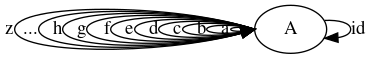
Above: _371d.png in madjestic/Category_Theory_For_Programmers_Challenges (Graphviz), before the change. Its source is kept beside it as _371d.dot.
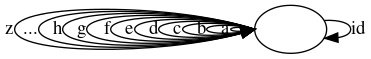
After the change.

The edit, as a diff of the source:
```diff
@@ -1,14 +1,14 @@
 digraph G
 {
-	A -> A [label = "id"]
-	A:w -> A:w [label = "a"]
-	A:w -> A:w [label = "b"]
-	A:w -> A:w [label = "c"]
-	A:w -> A:w [label = "d"]
-	A:w -> A:w [label = "e"]
-	A:w -> A:w [label = "f"]
-	A:w -> A:w [label = "g"]
-	A:w -> A:w [label = "h"]
-	A:w -> A:w [label = "..."]
-	A:w -> A:w [label = "z"]
+	"" -> "" [label = "id"]
+	"":w -> "":w [label = "a"]
+	"":w -> "":w [label = "b"]
+	"":w -> "":w [label = "c"]
+	"":w -> "":w [label = "d"]
+	"":w -> "":w [label = "e"]
+	"":w -> "":w [label = "f"]
+	"":w -> "":w [label = "g"]
+	"":w -> "":w [label = "h"]
+	"":w -> "":w [label = "..."]
+	"":w -> "":w [label = "z"]
 }
```
